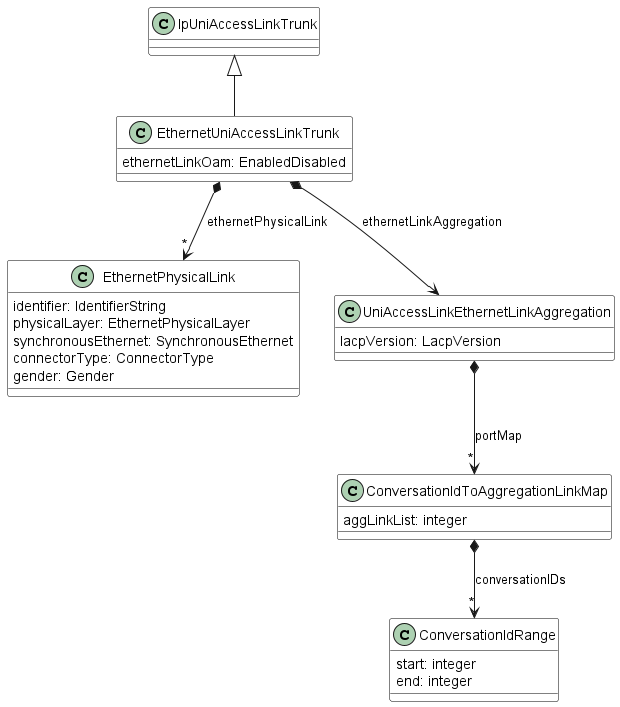
Before: documentation/productSchema/ip/internetAccess/MEF 139 resources/media/EthernetUniAccessLinkTrunk.png, a diagram exported from PlantUML (MEF-GIT/MEF-LSO-Sonata-SDK).
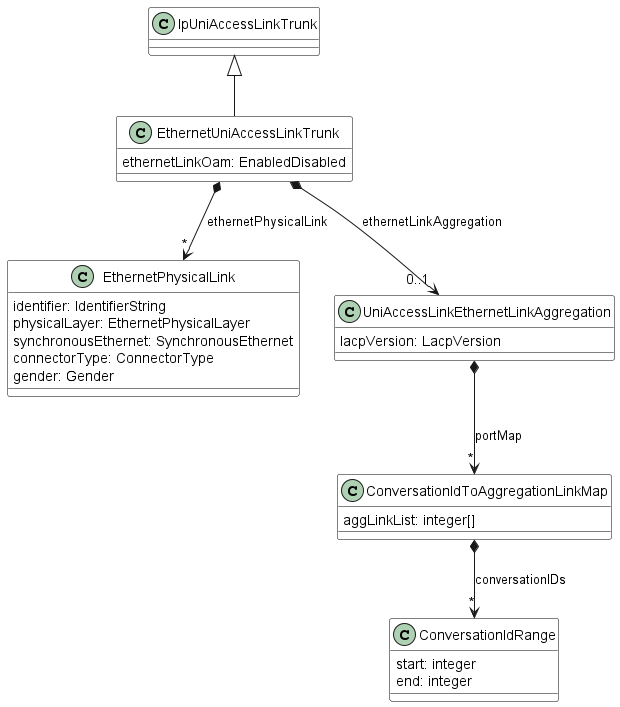
After the change.

The edit, as a diff of the source:
```diff
@@ -12,7 +12,7 @@
 IpUniAccessLinkTrunk <|-- EthernetUniAccessLinkTrunk
 
 EthernetUniAccessLinkTrunk *-->"*" EthernetPhysicalLink : ethernetPhysicalLink
-EthernetUniAccessLinkTrunk *--> UniAccessLinkEthernetLinkAggregation : ethernetLinkAggregation
+EthernetUniAccessLinkTrunk *-->"0..1" UniAccessLinkEthernetLinkAggregation : ethernetLinkAggregation
 
 class IpUniAccessLinkTrunk {
 
@@ -38,7 +38,7 @@
 
 class ConversationIdToAggregationLinkMap {
 
-    aggLinkList: integer
+    aggLinkList: integer[]
 }
 
 ConversationIdToAggregationLinkMap *-->"*" ConversationIdRange : conversationIDs
```
